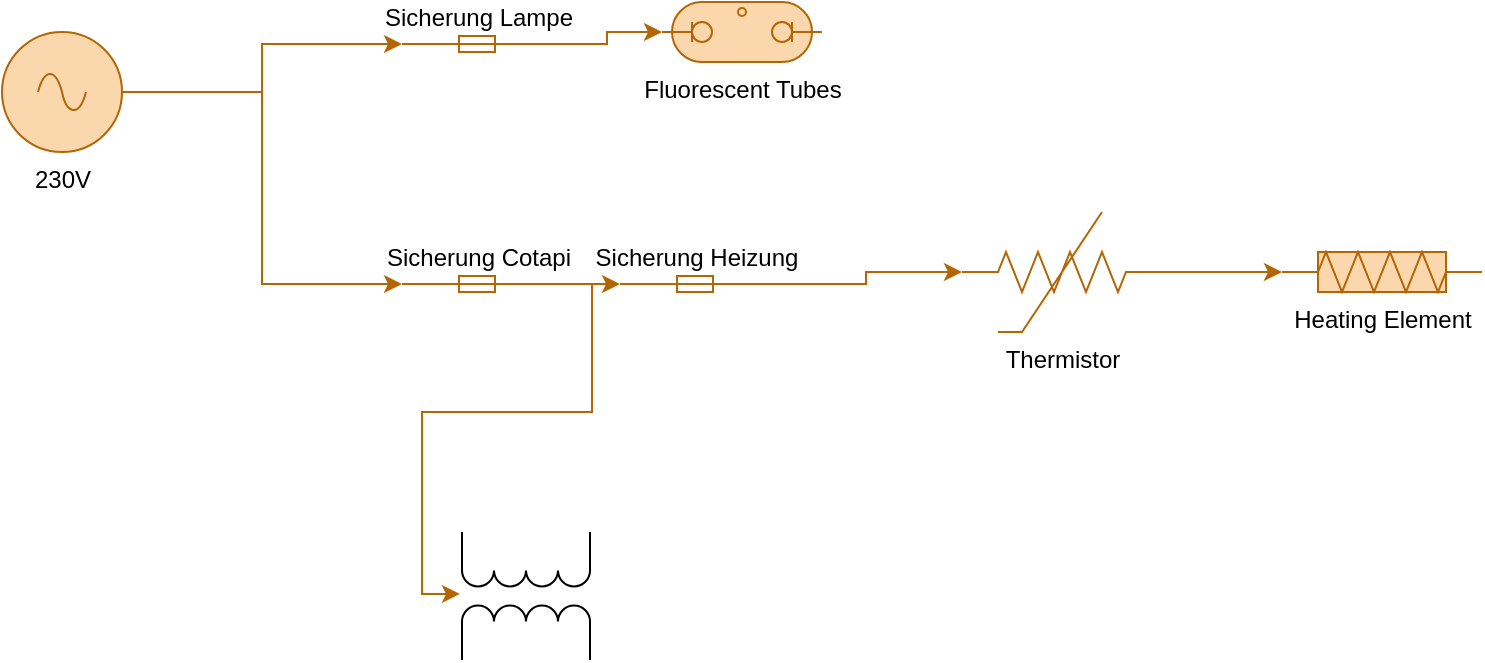
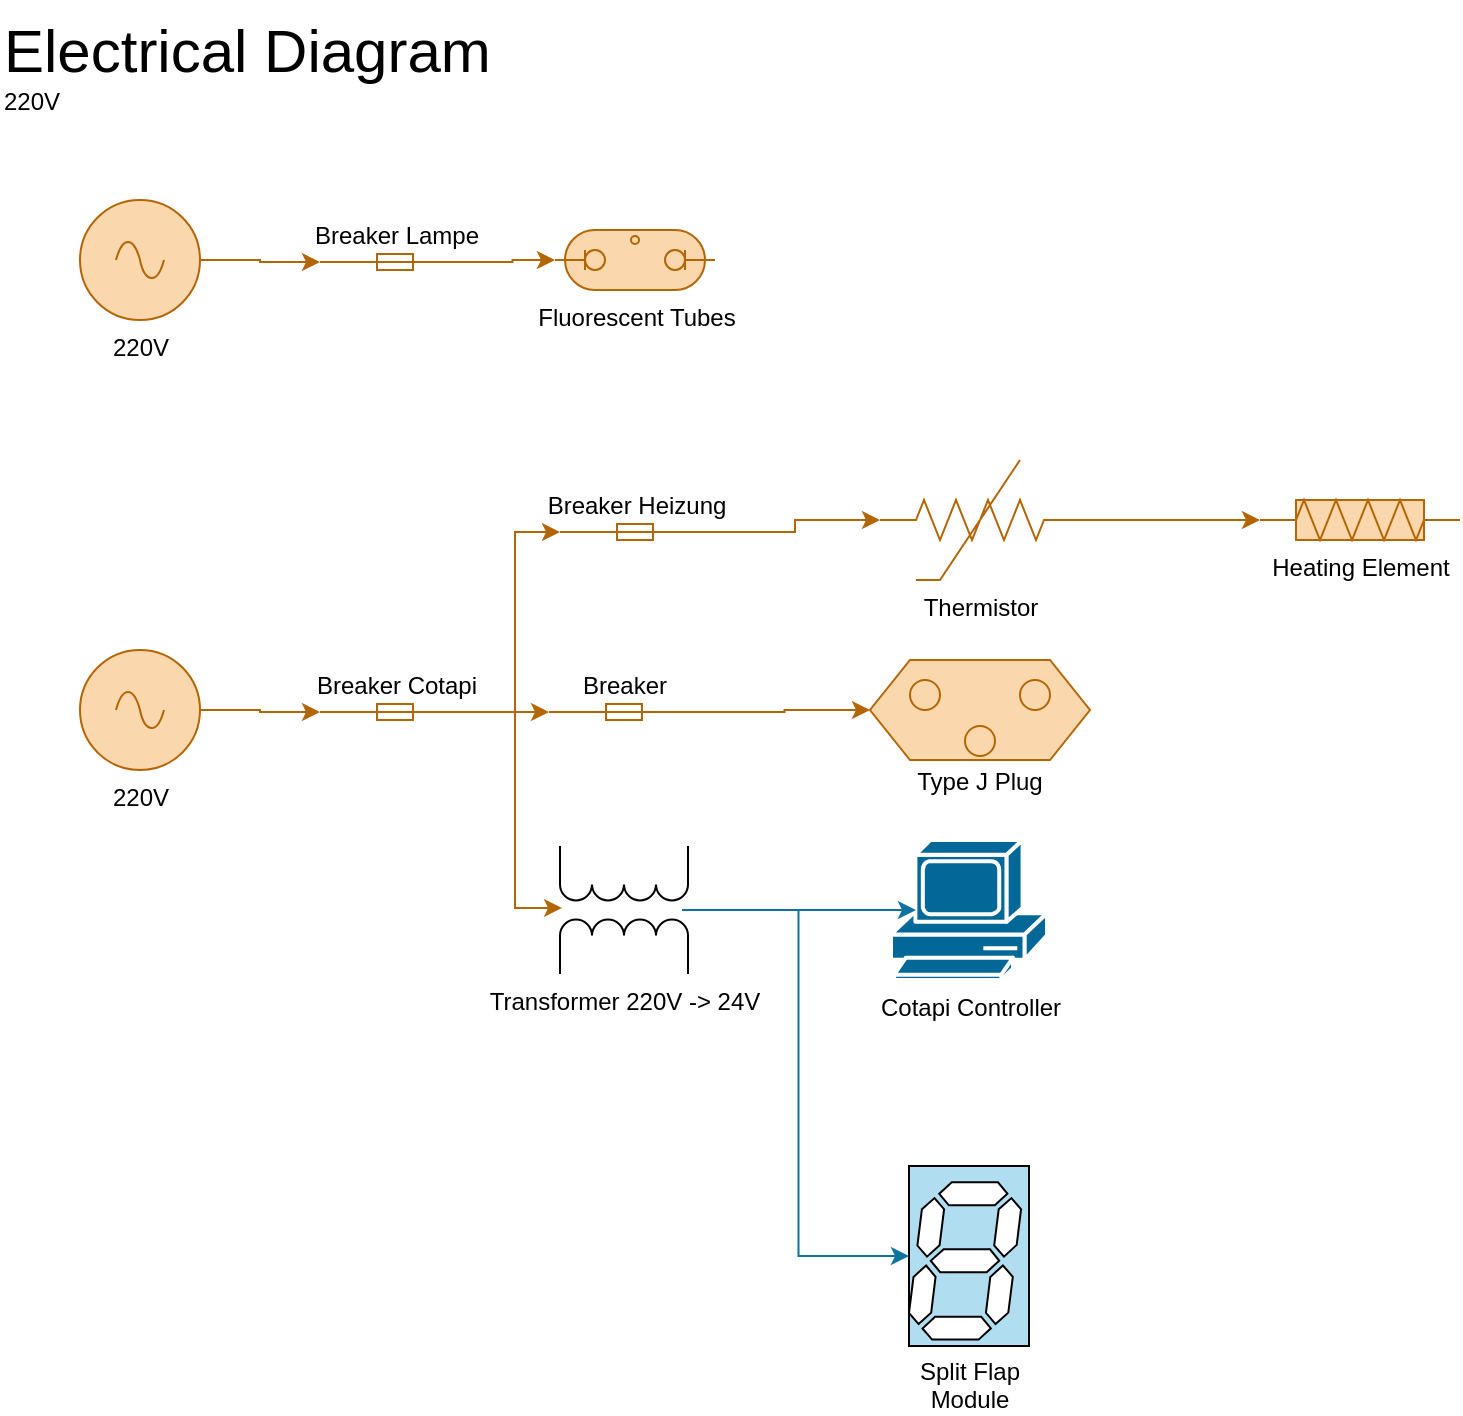
<mxfile host="app.diagrams.net">
  <diagram name="Page-1" id="1JTUUb5aA8h2Qu2d5Hm8">
-     <mxGraphModel dx="2054" dy="1143" grid="1" gridSize="10" guides="1" tooltips="1" connect="1" arrows="1" fold="1" page="1" pageScale="1" pageWidth="827" pageHeight="1169" math="0" shadow="0">
+     <mxGraphModel dx="1712" dy="953" grid="1" gridSize="10" guides="1" tooltips="1" connect="1" arrows="1" fold="1" page="1" pageScale="1" pageWidth="827" pageHeight="1169" math="0" shadow="0">
      <root>
        <mxCell id="0" />
        <mxCell id="1" parent="0" />
-         <mxCell id="pjnfS4makGHeq2IKZjjl-1" parent="1" style="html=1;shape=mxgraph.electrical.electro-mechanical.fuse2;aspect=fixed;elSwitchState=on;fillColor=#fad7ac;strokeColor=#b46504;" value="&lt;div&gt;Sicherung Lampe&lt;/div&gt;&lt;div&gt;&lt;br&gt;&lt;/div&gt;" vertex="1">
-           <mxGeometry height="20" width="75" x="230" y="60" as="geometry" />
+         <mxCell id="pjnfS4makGHeq2IKZjjl-1" parent="1" style="html=1;shape=mxgraph.electrical.electro-mechanical.fuse2;aspect=fixed;elSwitchState=on;fillColor=#fad7ac;strokeColor=#b46504;" value="&lt;div&gt;Breaker Lampe&lt;/div&gt;&lt;div&gt;&lt;br&gt;&lt;/div&gt;" vertex="1">
+           <mxGeometry height="20" width="75" x="160" y="115" as="geometry" />
        </mxCell>
        <mxCell id="pjnfS4makGHeq2IKZjjl-7" edge="1" parent="1" source="pjnfS4makGHeq2IKZjjl-2" style="edgeStyle=orthogonalEdgeStyle;rounded=0;orthogonalLoop=1;jettySize=auto;html=1;exitX=1;exitY=0.5;exitDx=0;exitDy=0;exitPerimeter=0;entryX=0;entryY=0.8;entryDx=0;entryDy=0;fillColor=#fad7ac;strokeColor=#b46504;" target="pjnfS4makGHeq2IKZjjl-5">
          <mxGeometry relative="1" as="geometry" />
        </mxCell>
-         <mxCell id="pjnfS4makGHeq2IKZjjl-8" edge="1" parent="1" source="pjnfS4makGHeq2IKZjjl-2" style="edgeStyle=orthogonalEdgeStyle;rounded=0;orthogonalLoop=1;jettySize=auto;html=1;exitX=1;exitY=0.5;exitDx=0;exitDy=0;exitPerimeter=0;entryX=0;entryY=0.8;entryDx=0;entryDy=0;fillColor=#fad7ac;strokeColor=#b46504;" target="pjnfS4makGHeq2IKZjjl-1">
-           <mxGeometry relative="1" as="geometry" />
+         <mxCell id="pjnfS4makGHeq2IKZjjl-2" parent="1" style="pointerEvents=1;verticalLabelPosition=bottom;shadow=0;dashed=0;align=center;html=1;verticalAlign=top;shape=mxgraph.electrical.signal_sources.source;aspect=fixed;points=[[0.5,0,0],[1,0.5,0],[0.5,1,0],[0,0.5,0]];elSignalType=ac;fillColor=#fad7ac;strokeColor=#b46504;" value="220V" vertex="1">
+           <mxGeometry height="60" width="60" x="40" y="325" as="geometry" />
        </mxCell>
-         <mxCell id="pjnfS4makGHeq2IKZjjl-2" parent="1" style="pointerEvents=1;verticalLabelPosition=bottom;shadow=0;dashed=0;align=center;html=1;verticalAlign=top;shape=mxgraph.electrical.signal_sources.source;aspect=fixed;points=[[0.5,0,0],[1,0.5,0],[0.5,1,0],[0,0.5,0]];elSignalType=ac;fillColor=#fad7ac;strokeColor=#b46504;" value="230V" vertex="1">
-           <mxGeometry height="60" width="60" x="30" y="70" as="geometry" />
-         </mxCell>
-         <mxCell id="pjnfS4makGHeq2IKZjjl-4" parent="1" style="html=1;shape=mxgraph.electrical.electro-mechanical.fuse2;aspect=fixed;elSwitchState=on;fillColor=#fad7ac;strokeColor=#b46504;" value="&lt;div&gt;Sicherung Heizung&lt;/div&gt;&lt;div&gt;&lt;br&gt;&lt;/div&gt;" vertex="1">
-           <mxGeometry height="20" width="75" x="339" y="180" as="geometry" />
+         <mxCell id="pjnfS4makGHeq2IKZjjl-4" parent="1" style="html=1;shape=mxgraph.electrical.electro-mechanical.fuse2;aspect=fixed;elSwitchState=on;fillColor=#fad7ac;strokeColor=#b46504;" value="&lt;div&gt;Breaker Heizung&lt;/div&gt;&lt;div&gt;&lt;br&gt;&lt;/div&gt;" vertex="1">
+           <mxGeometry height="20" width="75" x="280" y="250" as="geometry" />
        </mxCell>
        <mxCell id="pjnfS4makGHeq2IKZjjl-14" edge="1" parent="1" source="pjnfS4makGHeq2IKZjjl-5" style="edgeStyle=orthogonalEdgeStyle;rounded=0;orthogonalLoop=1;jettySize=auto;html=1;exitX=1;exitY=0.8;exitDx=0;exitDy=0;entryX=0;entryY=0.8;entryDx=0;entryDy=0;fillColor=#fad7ac;strokeColor=#b46504;" target="pjnfS4makGHeq2IKZjjl-4">
          <mxGeometry relative="1" as="geometry" />
        </mxCell>
-         <mxCell id="pjnfS4makGHeq2IKZjjl-5" parent="1" style="html=1;shape=mxgraph.electrical.electro-mechanical.fuse2;aspect=fixed;elSwitchState=on;fillColor=#fad7ac;strokeColor=#b46504;" value="&lt;div&gt;Sicherung Cotapi&lt;/div&gt;&lt;div&gt;&lt;br&gt;&lt;/div&gt;" vertex="1">
-           <mxGeometry height="20" width="75" x="230" y="180" as="geometry" />
+         <mxCell id="DblIUka3Cejo2AUUT1Ac-19" edge="1" parent="1" source="pjnfS4makGHeq2IKZjjl-5" style="edgeStyle=orthogonalEdgeStyle;rounded=0;orthogonalLoop=1;jettySize=auto;html=1;exitX=1;exitY=0.8;exitDx=0;exitDy=0;entryX=0;entryY=0.8;entryDx=0;entryDy=0;fillColor=#fad7ac;strokeColor=#b46504;" target="DblIUka3Cejo2AUUT1Ac-18">
+           <mxGeometry relative="1" as="geometry" />
+         </mxCell>
+         <mxCell id="pjnfS4makGHeq2IKZjjl-5" parent="1" style="html=1;shape=mxgraph.electrical.electro-mechanical.fuse2;aspect=fixed;elSwitchState=on;fillColor=#fad7ac;strokeColor=#b46504;" value="&lt;div&gt;Breaker Cotapi&lt;/div&gt;&lt;div&gt;&lt;br&gt;&lt;/div&gt;" vertex="1">
+           <mxGeometry height="20" width="75" x="160" y="340" as="geometry" />
        </mxCell>
        <mxCell id="pjnfS4makGHeq2IKZjjl-16" parent="1" style="pointerEvents=1;verticalLabelPosition=bottom;shadow=0;dashed=0;align=center;html=1;verticalAlign=top;shape=mxgraph.electrical.resistors.nonlinear_resistor;fillColor=#fad7ac;strokeColor=#b46504;" value="Thermistor" vertex="1">
-           <mxGeometry height="60" width="100" x="510" y="160" as="geometry" />
+           <mxGeometry height="60" width="100" x="440" y="230" as="geometry" />
        </mxCell>
        <mxCell id="pjnfS4makGHeq2IKZjjl-17" edge="1" parent="1" source="pjnfS4makGHeq2IKZjjl-4" style="edgeStyle=orthogonalEdgeStyle;rounded=0;orthogonalLoop=1;jettySize=auto;html=1;exitX=1;exitY=0.8;exitDx=0;exitDy=0;entryX=0;entryY=0.5;entryDx=0;entryDy=0;entryPerimeter=0;fillColor=#fad7ac;strokeColor=#b46504;" target="pjnfS4makGHeq2IKZjjl-16">
          <mxGeometry relative="1" as="geometry" />
        </mxCell>
-         <mxCell id="pjnfS4makGHeq2IKZjjl-18" parent="1" style="pointerEvents=1;verticalLabelPosition=bottom;shadow=0;dashed=0;align=center;html=1;verticalAlign=top;shape=mxgraph.electrical.resistors.resistor_1;fillColor=#fad7ac;strokeColor=#b46504;" value="" vertex="1">
-           <mxGeometry height="20" width="100" x="670" y="180" as="geometry" />
-         </mxCell>
        <mxCell id="pjnfS4makGHeq2IKZjjl-19" edge="1" parent="1" source="pjnfS4makGHeq2IKZjjl-16" style="edgeStyle=orthogonalEdgeStyle;rounded=0;orthogonalLoop=1;jettySize=auto;html=1;exitX=1;exitY=0.5;exitDx=0;exitDy=0;exitPerimeter=0;entryX=0;entryY=0.5;entryDx=0;entryDy=0;entryPerimeter=0;fillColor=#fad7ac;strokeColor=#b46504;" target="pjnfS4makGHeq2IKZjjl-18">
          <mxGeometry relative="1" as="geometry" />
        </mxCell>
-         <mxCell id="pjnfS4makGHeq2IKZjjl-20" parent="1" style="pointerEvents=1;verticalLabelPosition=bottom;shadow=0;dashed=0;align=center;html=1;verticalAlign=top;shape=mxgraph.electrical.resistors.resistor_2;fillColor=#fad7ac;strokeColor=#b46504;" value="&lt;div&gt;Heating Element&lt;/div&gt;" vertex="1">
-           <mxGeometry height="20" width="100" x="670" y="180" as="geometry" />
-         </mxCell>
        <mxCell id="pjnfS4makGHeq2IKZjjl-21" parent="1" style="pointerEvents=1;verticalLabelPosition=bottom;shadow=0;dashed=0;align=center;html=1;verticalAlign=top;shape=mxgraph.electrical.miscellaneous.flourescent_lamp;fillColor=#fad7ac;strokeColor=#b46504;" value="&lt;span data-subtree=&quot;aimfl,mfl&quot;&gt;Fluorescent Tubes&lt;/span&gt;" vertex="1">
-           <mxGeometry height="30" width="80" x="360" y="55" as="geometry" />
+           <mxGeometry height="30" width="80" x="277.5" y="115" as="geometry" />
        </mxCell>
        <mxCell id="pjnfS4makGHeq2IKZjjl-22" edge="1" parent="1" source="pjnfS4makGHeq2IKZjjl-1" style="edgeStyle=orthogonalEdgeStyle;rounded=0;orthogonalLoop=1;jettySize=auto;html=1;exitX=1;exitY=0.8;exitDx=0;exitDy=0;entryX=0;entryY=0.5;entryDx=0;entryDy=0;entryPerimeter=0;fillColor=#fad7ac;strokeColor=#b46504;" target="pjnfS4makGHeq2IKZjjl-21">
          <mxGeometry relative="1" as="geometry" />
        </mxCell>
-         <mxCell id="pjnfS4makGHeq2IKZjjl-23" parent="1" style="pointerEvents=1;verticalLabelPosition=bottom;shadow=0;dashed=0;align=center;html=1;verticalAlign=top;shape=mxgraph.electrical.inductors.transformer;direction=north;" value="" vertex="1">
-           <mxGeometry height="64" width="64" x="260" y="320" as="geometry" />
+         <mxCell id="pjnfS4makGHeq2IKZjjl-23" parent="1" style="pointerEvents=1;verticalLabelPosition=bottom;shadow=0;dashed=0;align=center;html=1;verticalAlign=top;shape=mxgraph.electrical.inductors.transformer;direction=north;" value="Transformer 220V -&amp;gt; 24V" vertex="1">
+           <mxGeometry height="64" width="64" x="280" y="423" as="geometry" />
        </mxCell>
-         <mxCell id="pjnfS4makGHeq2IKZjjl-24" edge="1" parent="1" source="pjnfS4makGHeq2IKZjjl-5" style="edgeStyle=orthogonalEdgeStyle;rounded=0;orthogonalLoop=1;jettySize=auto;html=1;exitX=1;exitY=0.8;exitDx=0;exitDy=0;entryX=0.516;entryY=-0.016;entryDx=0;entryDy=0;entryPerimeter=0;fillColor=#fad7ac;strokeColor=#b46504;" target="pjnfS4makGHeq2IKZjjl-23">
+         <mxCell id="DblIUka3Cejo2AUUT1Ac-1" edge="1" parent="1" source="pjnfS4makGHeq2IKZjjl-5" style="edgeStyle=orthogonalEdgeStyle;rounded=0;orthogonalLoop=1;jettySize=auto;html=1;exitX=1;exitY=0.8;exitDx=0;exitDy=0;entryX=0.516;entryY=0.016;entryDx=0;entryDy=0;entryPerimeter=0;fillColor=#fad7ac;strokeColor=#b46504;" target="pjnfS4makGHeq2IKZjjl-23">
          <mxGeometry relative="1" as="geometry" />
+         </mxCell>
+         <mxCell id="DblIUka3Cejo2AUUT1Ac-3" parent="1" style="sketch=0;html=1;pointerEvents=1;dashed=0;fillColor=#036897;strokeColor=#ffffff;strokeWidth=2;verticalLabelPosition=bottom;verticalAlign=top;align=center;outlineConnect=0;shape=mxgraph.cisco.computers_and_peripherals.pc;" value="&lt;div&gt;Cotapi Controller&lt;/div&gt;" vertex="1">
+           <mxGeometry height="70" width="78" x="445.5" y="420" as="geometry" />
+         </mxCell>
+         <mxCell id="DblIUka3Cejo2AUUT1Ac-4" edge="1" parent="1" source="DblIUka3Cejo2AUUT1Ac-3" style="edgeStyle=orthogonalEdgeStyle;rounded=0;orthogonalLoop=1;jettySize=auto;html=1;exitX=0.16;exitY=0.5;exitDx=0;exitDy=0;exitPerimeter=0;entryX=0.5;entryY=0.953;entryDx=0;entryDy=0;entryPerimeter=0;startArrow=classic;startFill=1;endArrow=none;endFill=0;fillColor=#b1ddf0;strokeColor=#10739e;" target="pjnfS4makGHeq2IKZjjl-23">
+           <mxGeometry relative="1" as="geometry" />
+         </mxCell>
+         <mxCell id="DblIUka3Cejo2AUUT1Ac-7" connectable="0" parent="1" style="group;fillColor=#b1ddf0;strokeColor=#10739e;labelPosition=center;verticalLabelPosition=bottom;align=center;verticalAlign=top;" value="" vertex="1">
+           <mxGeometry height="90" width="60" x="454.5" y="583" as="geometry" />
+         </mxCell>
+         <mxCell id="DblIUka3Cejo2AUUT1Ac-5" parent="DblIUka3Cejo2AUUT1Ac-7" style="verticalLabelPosition=bottom;shadow=0;dashed=0;align=center;html=1;verticalAlign=top;shape=mxgraph.electrical.opto_electronics.7_segment_display;pointerEvents=1;movable=1;resizable=1;rotatable=1;deletable=1;editable=1;locked=0;connectable=1;" value="" vertex="1">
+           <mxGeometry height="78.62727272727273" width="56.025000000000006" y="8.181818181818182" as="geometry" />
+         </mxCell>
+         <mxCell id="DblIUka3Cejo2AUUT1Ac-6" parent="DblIUka3Cejo2AUUT1Ac-7" style="rounded=0;whiteSpace=wrap;html=1;fillColor=none;movable=1;resizable=1;rotatable=1;deletable=1;editable=1;locked=0;connectable=1;" value="&lt;div&gt;&lt;br&gt;&lt;/div&gt;&lt;div&gt;&lt;br&gt;&lt;/div&gt;&lt;div&gt;&lt;br&gt;&lt;/div&gt;&lt;div&gt;&lt;br&gt;&lt;/div&gt;&lt;div&gt;&lt;br&gt;&lt;/div&gt;&lt;div&gt;&lt;br&gt;&lt;/div&gt;&lt;div&gt;&lt;br&gt;&lt;/div&gt;&lt;div&gt;&lt;br&gt;&lt;/div&gt;&lt;div&gt;&lt;br&gt;&lt;/div&gt;&lt;div&gt;Split Flap Module&lt;/div&gt;" vertex="1">
+           <mxGeometry height="90" width="60" as="geometry" />
+         </mxCell>
+         <mxCell id="DblIUka3Cejo2AUUT1Ac-8" connectable="0" parent="1" style="group" value="" vertex="1">
+           <mxGeometry height="20" width="100" x="630" y="250" as="geometry" />
+         </mxCell>
+         <mxCell id="pjnfS4makGHeq2IKZjjl-18" parent="DblIUka3Cejo2AUUT1Ac-8" style="pointerEvents=1;verticalLabelPosition=bottom;shadow=0;dashed=0;align=center;html=1;verticalAlign=top;shape=mxgraph.electrical.resistors.resistor_1;fillColor=#fad7ac;strokeColor=#b46504;" value="" vertex="1">
+           <mxGeometry height="20" width="100" as="geometry" />
+         </mxCell>
+         <mxCell id="pjnfS4makGHeq2IKZjjl-20" parent="DblIUka3Cejo2AUUT1Ac-8" style="pointerEvents=1;verticalLabelPosition=bottom;shadow=0;dashed=0;align=center;html=1;verticalAlign=top;shape=mxgraph.electrical.resistors.resistor_2;fillColor=#fad7ac;strokeColor=#b46504;" value="&lt;div&gt;Heating Element&lt;/div&gt;" vertex="1">
+           <mxGeometry height="20" width="100" as="geometry" />
+         </mxCell>
+         <mxCell id="DblIUka3Cejo2AUUT1Ac-9" edge="1" parent="1" source="DblIUka3Cejo2AUUT1Ac-6" style="edgeStyle=orthogonalEdgeStyle;rounded=0;orthogonalLoop=1;jettySize=auto;html=1;exitX=0;exitY=0.5;exitDx=0;exitDy=0;entryX=0.5;entryY=0.992;entryDx=0;entryDy=0;entryPerimeter=0;startArrow=classic;startFill=1;endArrow=none;endFill=0;fillColor=#b1ddf0;strokeColor=#10739e;" target="pjnfS4makGHeq2IKZjjl-23">
+           <mxGeometry relative="1" as="geometry" />
+         </mxCell>
+         <mxCell id="DblIUka3Cejo2AUUT1Ac-11" edge="1" parent="1" source="DblIUka3Cejo2AUUT1Ac-10" style="edgeStyle=orthogonalEdgeStyle;rounded=0;orthogonalLoop=1;jettySize=auto;html=1;exitX=1;exitY=0.5;exitDx=0;exitDy=0;exitPerimeter=0;entryX=0;entryY=0.8;entryDx=0;entryDy=0;fillColor=#fad7ac;strokeColor=#b46504;" target="pjnfS4makGHeq2IKZjjl-1">
+           <mxGeometry relative="1" as="geometry" />
+         </mxCell>
+         <mxCell id="DblIUka3Cejo2AUUT1Ac-10" parent="1" style="pointerEvents=1;verticalLabelPosition=bottom;shadow=0;dashed=0;align=center;html=1;verticalAlign=top;shape=mxgraph.electrical.signal_sources.source;aspect=fixed;points=[[0.5,0,0],[1,0.5,0],[0.5,1,0],[0,0.5,0]];elSignalType=ac;fillColor=#fad7ac;strokeColor=#b46504;" value="220V" vertex="1">
+           <mxGeometry height="60" width="60" x="40" y="100" as="geometry" />
+         </mxCell>
+         <mxCell id="DblIUka3Cejo2AUUT1Ac-20" edge="1" parent="1" source="DblIUka3Cejo2AUUT1Ac-18" style="edgeStyle=orthogonalEdgeStyle;rounded=0;orthogonalLoop=1;jettySize=auto;html=1;exitX=1;exitY=0.8;exitDx=0;exitDy=0;entryX=0;entryY=0.5;entryDx=0;entryDy=0;fillColor=#fad7ac;strokeColor=#b46504;" target="DblIUka3Cejo2AUUT1Ac-12">
+           <mxGeometry relative="1" as="geometry" />
+         </mxCell>
+         <mxCell id="DblIUka3Cejo2AUUT1Ac-18" parent="1" style="html=1;shape=mxgraph.electrical.electro-mechanical.fuse2;aspect=fixed;elSwitchState=on;fillColor=#fad7ac;strokeColor=#b46504;" value="&lt;div&gt;Breaker&lt;/div&gt;&lt;div&gt;&lt;br&gt;&lt;/div&gt;" vertex="1">
+           <mxGeometry height="20" width="75" x="274.5" y="340" as="geometry" />
+         </mxCell>
+         <mxCell id="DblIUka3Cejo2AUUT1Ac-21" connectable="0" parent="1" style="group" value="" vertex="1">
+           <mxGeometry height="50" width="110" x="435" y="330" as="geometry" />
+         </mxCell>
+         <mxCell id="DblIUka3Cejo2AUUT1Ac-12" parent="DblIUka3Cejo2AUUT1Ac-21" style="shape=hexagon;perimeter=hexagonPerimeter2;whiteSpace=wrap;html=1;fixedSize=1;fillColor=#fad7ac;strokeColor=#b46504;" value="&lt;div&gt;&lt;br&gt;&lt;/div&gt;&lt;div&gt;&lt;br&gt;&lt;/div&gt;&lt;div&gt;&lt;br&gt;&lt;/div&gt;&lt;div&gt;&lt;br&gt;&lt;/div&gt;&lt;div&gt;&lt;br&gt;&lt;/div&gt;&lt;div&gt;Type J Plug&lt;/div&gt;" vertex="1">
+           <mxGeometry height="50" width="110" as="geometry" />
+         </mxCell>
+         <mxCell id="DblIUka3Cejo2AUUT1Ac-13" parent="DblIUka3Cejo2AUUT1Ac-21" style="ellipse;whiteSpace=wrap;html=1;aspect=fixed;fillColor=#fad7ac;strokeColor=#b46504;" value="" vertex="1">
+           <mxGeometry height="15" width="15" x="20" y="10" as="geometry" />
+         </mxCell>
+         <mxCell id="DblIUka3Cejo2AUUT1Ac-14" parent="DblIUka3Cejo2AUUT1Ac-21" style="ellipse;whiteSpace=wrap;html=1;aspect=fixed;fillColor=#fad7ac;strokeColor=#b46504;" value="" vertex="1">
+           <mxGeometry height="15" width="15" x="75" y="10" as="geometry" />
+         </mxCell>
+         <mxCell id="DblIUka3Cejo2AUUT1Ac-15" parent="DblIUka3Cejo2AUUT1Ac-21" style="ellipse;whiteSpace=wrap;html=1;aspect=fixed;fillColor=#fad7ac;strokeColor=#b46504;" value="" vertex="1">
+           <mxGeometry height="15" width="15" x="47.5" y="33" as="geometry" />
+         </mxCell>
+         <mxCell id="DblIUka3Cejo2AUUT1Ac-22" parent="1" style="text;html=1;whiteSpace=wrap;strokeColor=none;fillColor=none;align=left;verticalAlign=middle;rounded=0;" value="&lt;div&gt;&lt;font style=&quot;font-size: 30px;&quot;&gt;Electrical Diagram&lt;/font&gt;&lt;/div&gt;&lt;div&gt;&lt;span style=&quot;color: light-dark(rgb(0, 0, 0), rgb(201, 132, 48));&quot;&gt;220V&lt;/span&gt;&lt;/div&gt;&lt;div&gt;&lt;span style=&quot;color: light-dark(transparent, rgb(126, 166, 224));&quot;&gt;24V&lt;/span&gt;&lt;/div&gt;" vertex="1">
+           <mxGeometry height="80" width="440" as="geometry" />
        </mxCell>
      </root>
    </mxGraphModel>
  </diagram>
</mxfile>
